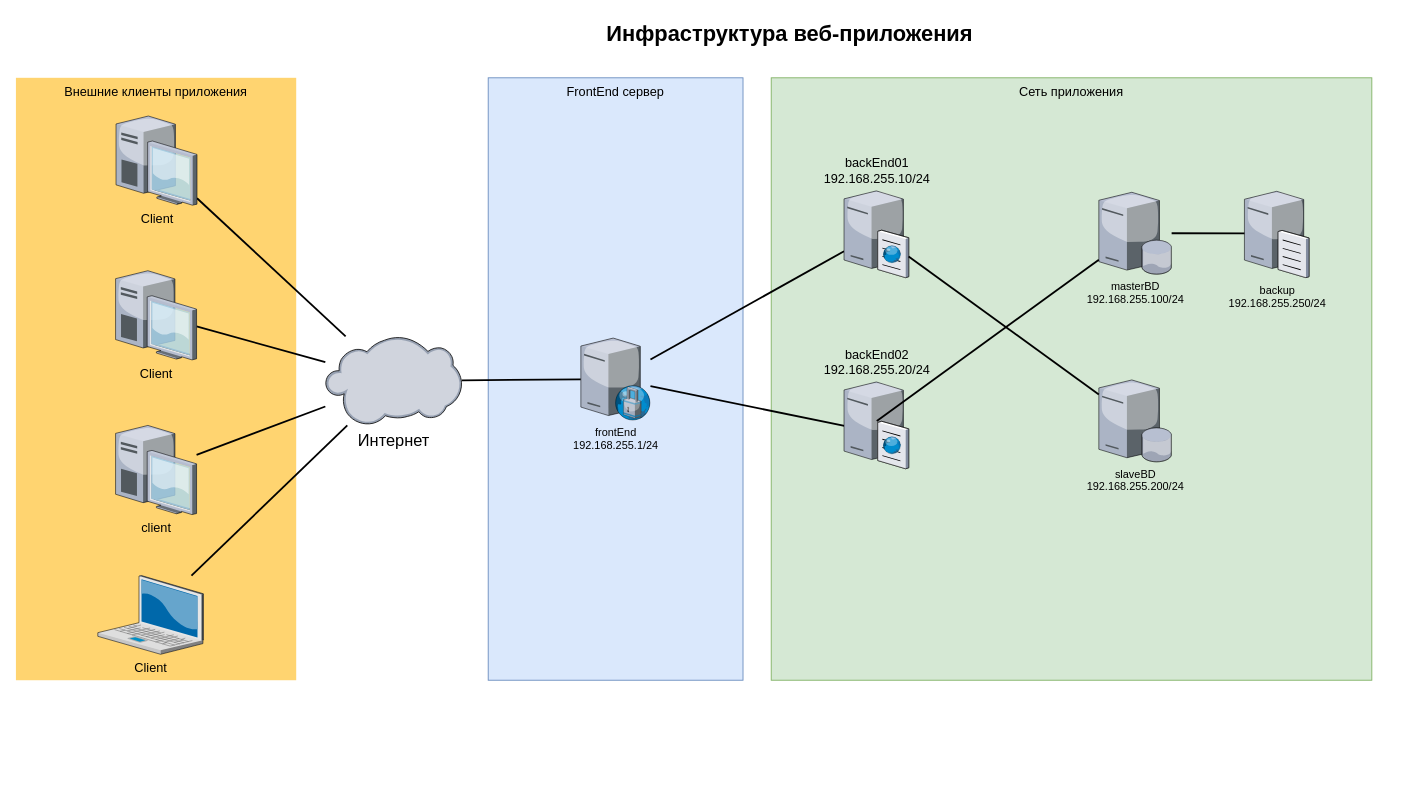
gkronalf/arch_webapp keeps this draw.io diagram as images/infrastructure_webapp.drawio. Above is the earlier version. Source tidied: cells renumbered, new cells numbered last; positions are measured from the earlier drawing's top-left corner, leaving out a move shared by most shapes. Both pictures are drawn from the tidied source at 91%, with x=0, y=0 at pixel (15, 15).
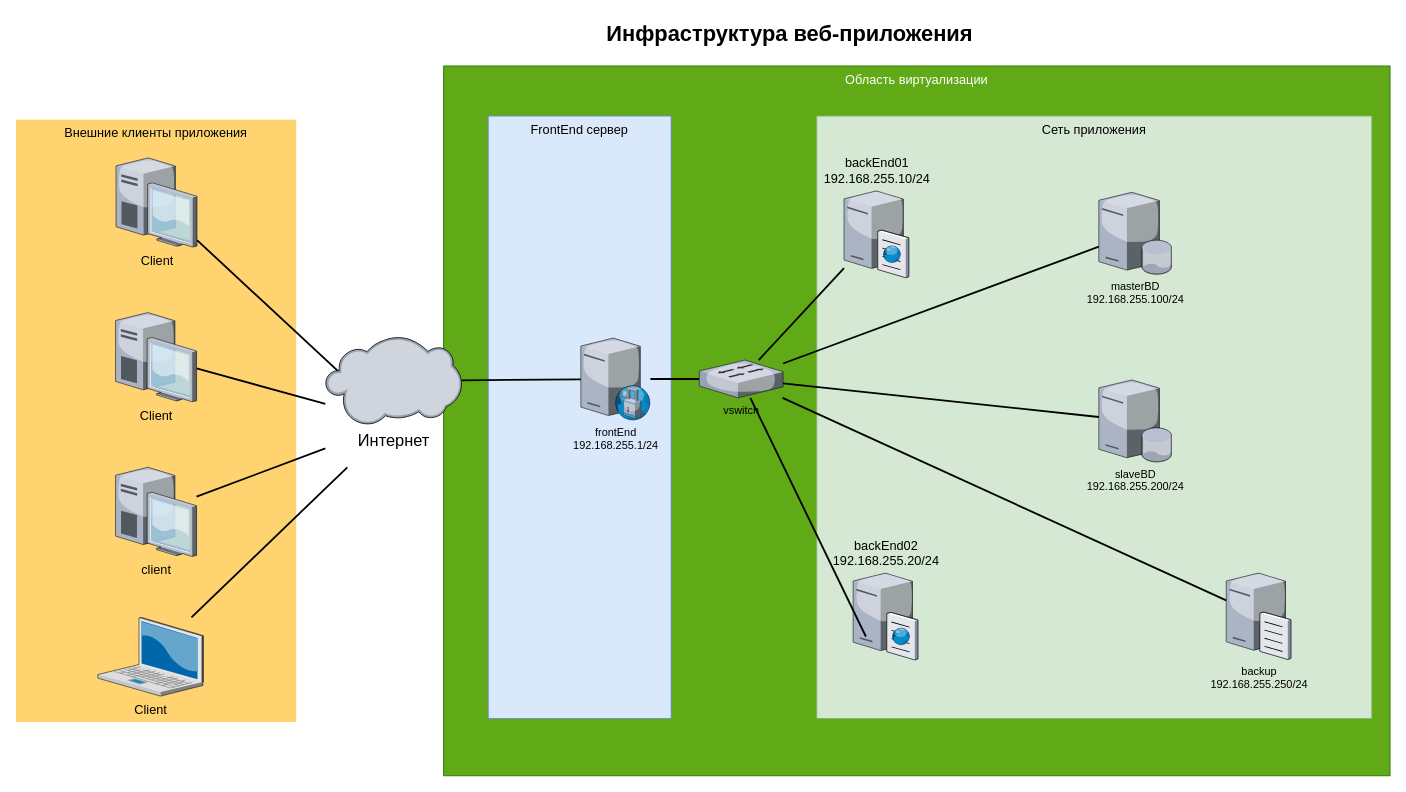
After the change.

Unchanged cells that the change refers to:
```xml
<mxCell id="15" value="&lt;font style=&quot;font-size: 18px;&quot;&gt;Интернет&lt;/font&gt;" style="verticalLabelPosition=bottom;sketch=0;html=1;verticalAlign=top;strokeColor=none;align=center;outlineConnect=0;shape=mxgraph.citrix.cloud;" parent="1" vertex="1">
  <mxGeometry x="340" y="352.1" width="150" height="97.9" as="geometry" />
</mxCell>
<mxCell id="17" value="backEnd01&lt;div&gt;192.168.255.10/24&lt;/div&gt;" style="verticalLabelPosition=top;html=1;verticalAlign=bottom;strokeColor=none;shape=mxgraph.citrix.cache_server;fillColor=#66B2FF;gradientColor=#0066CC;fontSize=14;labelPosition=center;align=center;" parent="1" vertex="1">
  <mxGeometry x="910" y="190" width="71" height="97.5" as="geometry" />
</mxCell>
<mxCell id="18" value="masterBD&lt;div&gt;192.168.255.100/24&lt;/div&gt;" style="verticalLabelPosition=bottom;sketch=0;html=1;verticalAlign=top;strokeColor=none;align=center;outlineConnect=0;shape=mxgraph.citrix.database_server;" parent="1" vertex="1">
  <mxGeometry x="1190" y="193.8" width="80" height="90" as="geometry" />
</mxCell>
<mxCell id="19" value="slaveBD&lt;div&gt;192.168.255.200/24&lt;/div&gt;" style="verticalLabelPosition=bottom;sketch=0;html=1;verticalAlign=top;strokeColor=none;align=center;outlineConnect=0;shape=mxgraph.citrix.database_server;" parent="1" vertex="1">
  <mxGeometry x="1190" y="400" width="80" height="90" as="geometry" />
</mxCell>
<mxCell id="20" value="frontEnd&lt;div&gt;192.168.255.1/24&lt;/div&gt;" style="verticalLabelPosition=bottom;sketch=0;html=1;verticalAlign=top;strokeColor=none;align=center;outlineConnect=0;shape=mxgraph.citrix.proxy_server;" parent="1" vertex="1">
  <mxGeometry x="620.8" y="354" width="76.5" height="90" as="geometry" />
</mxCell>
```

Diff of the diagram source:
```diff
@@
+    <mxCell id="27" value="Область виртуализации" style="whiteSpace=wrap;html=1;fillColor=#60a917;fontSize=14;strokeColor=#2D7600;verticalAlign=top;fontColor=#ffffff;" parent="1" vertex="1">
+      <mxGeometry x="470" y="55" width="1040" height="780" as="geometry" />
+    </mxCell>
     <mxCell id="2" value="Сеть приложения" style="whiteSpace=wrap;html=1;fillColor=#d5e8d4;fontSize=14;strokeColor=#82b366;verticalAlign=top;" parent="1" vertex="1">
-      <mxGeometry x="830" y="68" width="660" height="662" as="geometry" />
+      <mxGeometry x="880" y="110" width="610" height="662" as="geometry" />
     </mxCell>
     <mxCell id="3" value="FrontEnd сервер" style="whiteSpace=wrap;html=1;fillColor=#dae8fc;fontSize=14;strokeColor=#6c8ebf;verticalAlign=top;" parent="1" vertex="1">
-      <mxGeometry x="519" y="68" width="280" height="662" as="geometry" />
+      <mxGeometry x="519" y="110" width="201" height="662" as="geometry" />
     </mxCell>
     <mxCell id="4" value="Внешние клиенты приложения" style="whiteSpace=wrap;html=1;fillColor=#FFD470;gradientColor=none;fontSize=14;strokeColor=none;verticalAlign=top;" parent="1" vertex="1">
-      <mxGeometry y="68" width="308" height="662" as="geometry" />
+      <mxGeometry y="114" width="308" height="662" as="geometry" />
     </mxCell>
-    <mxCell id="5" style="edgeStyle=none;rounded=0;html=1;startSize=10;endSize=10;jettySize=auto;fontSize=14;endArrow=none;endFill=0;strokeWidth=2;" parent="1" edge="1" source="6" target="15">
-      <mxGeometry relative="1" as="geometry" />
+    <mxCell id="5" style="edgeStyle=none;rounded=0;html=1;startSize=10;endSize=10;jettySize=auto;fontSize=14;endArrow=none;endFill=0;strokeWidth=2;" parent="1" edge="1" source="6">
+      <mxGeometry relative="1" as="geometry">
+        <mxPoint x="364.2" y="496" as="targetPoint" />
+      </mxGeometry>
     </mxCell>
     <mxCell id="6" value="Client" style="verticalLabelPosition=bottom;html=1;verticalAlign=top;strokeColor=none;shape=mxgraph.citrix.laptop_2;fillColor=#66B2FF;gradientColor=#0066CC;fontSize=14;" parent="1" vertex="1">
-      <mxGeometry x="90" y="615" width="116" height="86.5" as="geometry" />
+      <mxGeometry x="90" y="661" width="116" height="86.5" as="geometry" />
     </mxCell>
-    <mxCell id="7" style="edgeStyle=none;rounded=0;html=1;startSize=10;endSize=10;jettySize=auto;fontSize=14;endArrow=none;endFill=0;strokeWidth=2;" parent="1" edge="1" source="8" target="15">
-      <mxGeometry relative="1" as="geometry" />
+    <mxCell id="7" style="edgeStyle=none;rounded=0;html=1;startSize=10;endSize=10;jettySize=auto;fontSize=14;endArrow=none;endFill=0;strokeWidth=2;" parent="1" edge="1" source="8">
+      <mxGeometry relative="1" as="geometry">
+        <mxPoint x="340" y="475.2" as="targetPoint" />
+      </mxGeometry>
     </mxCell>
     <mxCell id="8" value="client" style="verticalLabelPosition=bottom;html=1;verticalAlign=top;strokeColor=none;shape=mxgraph.citrix.desktop;fillColor=#66B2FF;gradientColor=#0066CC;fontSize=14;" parent="1" vertex="1">
-      <mxGeometry x="109.5" y="450" width="89" height="98" as="geometry" />
+      <mxGeometry x="109.5" y="496" width="89" height="98" as="geometry" />
     </mxCell>
-    <mxCell id="9" style="edgeStyle=none;rounded=0;html=1;startSize=10;endSize=10;jettySize=auto;fontSize=14;endArrow=none;endFill=0;strokeWidth=2;" parent="1" edge="1" source="10" target="15">
-      <mxGeometry relative="1" as="geometry" />
+    <mxCell id="9" style="edgeStyle=none;rounded=0;html=1;startSize=10;endSize=10;jettySize=auto;fontSize=14;endArrow=none;endFill=0;strokeWidth=2;" parent="1" edge="1" source="10">
+      <mxGeometry relative="1" as="geometry">
+        <mxPoint x="340" y="426.3" as="targetPoint" />
+      </mxGeometry>
     </mxCell>
     <mxCell id="10" value="Client" style="verticalLabelPosition=bottom;html=1;verticalAlign=top;strokeColor=none;shape=mxgraph.citrix.desktop;fillColor=#66B2FF;gradientColor=#0066CC;fontSize=14;" parent="1" vertex="1">
-      <mxGeometry x="109.5" y="280" width="89" height="98" as="geometry" />
+      <mxGeometry x="109.5" y="326" width="89" height="98" as="geometry" />
     </mxCell>
-    <mxCell id="11" style="edgeStyle=none;rounded=0;html=1;startSize=10;endSize=10;jettySize=auto;fontSize=14;endArrow=none;endFill=0;strokeWidth=2;" parent="1" edge="1" source="12" target="15">
-      <mxGeometry relative="1" as="geometry" />
+    <mxCell id="11" style="edgeStyle=none;rounded=0;html=1;startSize=10;endSize=10;jettySize=auto;fontSize=14;endArrow=none;endFill=0;strokeWidth=2;" parent="1" edge="1" source="12">
+      <mxGeometry relative="1" as="geometry">
+        <mxPoint x="362.3" y="398.1" as="targetPoint" />
+      </mxGeometry>
     </mxCell>
     <mxCell id="12" value="Client" style="verticalLabelPosition=bottom;html=1;verticalAlign=top;strokeColor=none;shape=mxgraph.citrix.desktop;fillColor=#66B2FF;gradientColor=#0066CC;fontSize=14;" parent="1" vertex="1">
-      <mxGeometry x="110" y="110" width="89" height="98" as="geometry" />
+      <mxGeometry x="110" y="156" width="89" height="98" as="geometry" />
     </mxCell>
-    <mxCell id="13" style="edgeStyle=none;rounded=0;html=1;startSize=10;endSize=10;jettySize=auto;fontSize=14;endArrow=none;endFill=0;strokeWidth=2;" parent="1" edge="1" source="20" target="17">
+    <mxCell id="13" style="edgeStyle=none;rounded=0;html=1;startSize=10;endSize=10;jettySize=auto;fontSize=14;endArrow=none;endFill=0;strokeWidth=2;" parent="1" edge="1" source="20" target="28">
       <mxGeometry relative="1" as="geometry" />
     </mxCell>
@@
-    <mxCell id="21" style="edgeStyle=none;rounded=0;html=1;startSize=10;endSize=10;jettySize=auto;fontSize=14;endArrow=none;endFill=0;strokeWidth=2;entryX=0.31;entryY=0.564;entryDx=0;entryDy=0;entryPerimeter=0;" parent="1" edge="1" source="20" target="22">
-      <mxGeometry relative="1" as="geometry" />
-    </mxCell>
     <mxCell id="22" value="backEnd02&lt;div&gt;192.168.255.20/24&lt;/div&gt;" style="verticalLabelPosition=top;html=1;verticalAlign=bottom;strokeColor=none;shape=mxgraph.citrix.cache_server;fillColor=#66B2FF;gradientColor=#0066CC;fontSize=14;labelPosition=center;align=center;" parent="1" vertex="1">
-      <mxGeometry x="910" y="400" width="71" height="97.5" as="geometry" />
+      <mxGeometry x="920" y="610" width="71" height="97.5" as="geometry" />
     </mxCell>
-    <mxCell id="23" style="edgeStyle=none;rounded=0;html=1;startSize=10;endSize=10;jettySize=auto;fontSize=14;endArrow=none;endFill=0;strokeWidth=2;" parent="1" edge="1" source="17" target="19">
+    <mxCell id="23" style="edgeStyle=none;rounded=0;html=1;startSize=10;endSize=10;jettySize=auto;fontSize=14;endArrow=none;endFill=0;strokeWidth=2;" parent="1" edge="1" source="17" target="28">
       <mxGeometry relative="1" as="geometry" />
     </mxCell>
-    <mxCell id="24" style="edgeStyle=none;rounded=0;html=1;startSize=10;endSize=10;jettySize=auto;fontSize=14;endArrow=none;endFill=0;strokeWidth=2;entryX=0.507;entryY=0.462;entryDx=0;entryDy=0;entryPerimeter=0;" parent="1" edge="1" source="18" target="22">
+    <mxCell id="24" style="edgeStyle=none;rounded=0;html=1;startSize=10;endSize=10;jettySize=auto;fontSize=14;endArrow=none;endFill=0;strokeWidth=2;" parent="1" edge="1" source="18" target="28">
       <mxGeometry relative="1" as="geometry" />
     </mxCell>
     <mxCell id="25" value="backup&lt;div&gt;192.168.255.250/24&lt;/div&gt;" style="verticalLabelPosition=bottom;sketch=0;html=1;verticalAlign=top;strokeColor=none;align=center;outlineConnect=0;shape=mxgraph.citrix.file_server;" parent="1" vertex="1">
-      <mxGeometry x="1350" y="190.5" width="71" height="97" as="geometry" />
+      <mxGeometry x="1330" y="610" width="71" height="97" as="geometry" />
     </mxCell>
-    <mxCell id="26" style="edgeStyle=none;rounded=0;html=1;startSize=10;endSize=10;jettySize=auto;fontSize=14;endArrow=none;endFill=0;strokeWidth=2;" parent="1" edge="1" source="18" target="25">
+    <mxCell id="26" style="edgeStyle=none;rounded=0;html=1;startSize=10;endSize=10;jettySize=auto;fontSize=14;endArrow=none;endFill=0;strokeWidth=2;" parent="1" edge="1" source="28" target="25">
       <mxGeometry relative="1" as="geometry" />
     </mxCell>
+    <mxCell id="28" value="vswitch" style="verticalLabelPosition=bottom;sketch=0;html=1;verticalAlign=top;strokeColor=none;align=center;outlineConnect=0;shape=mxgraph.citrix.switch;" parent="1" vertex="1">
+      <mxGeometry x="751" y="378.2" width="92" height="41.5" as="geometry" />
+    </mxCell>
+    <mxCell id="29" style="edgeStyle=none;rounded=0;html=1;startSize=10;endSize=10;jettySize=auto;fontSize=14;endArrow=none;endFill=0;strokeWidth=2;exitX=0.197;exitY=0.738;exitDx=0;exitDy=0;exitPerimeter=0;" parent="1" edge="1" source="22" target="28">
+      <mxGeometry relative="1" as="geometry" />
+    </mxCell>
+    <mxCell id="30" style="edgeStyle=none;rounded=0;html=1;startSize=10;endSize=10;jettySize=auto;fontSize=14;endArrow=none;endFill=0;strokeWidth=2;" parent="1" edge="1" source="19" target="28">
+      <mxGeometry relative="1" as="geometry" />
+    </mxCell>
```
